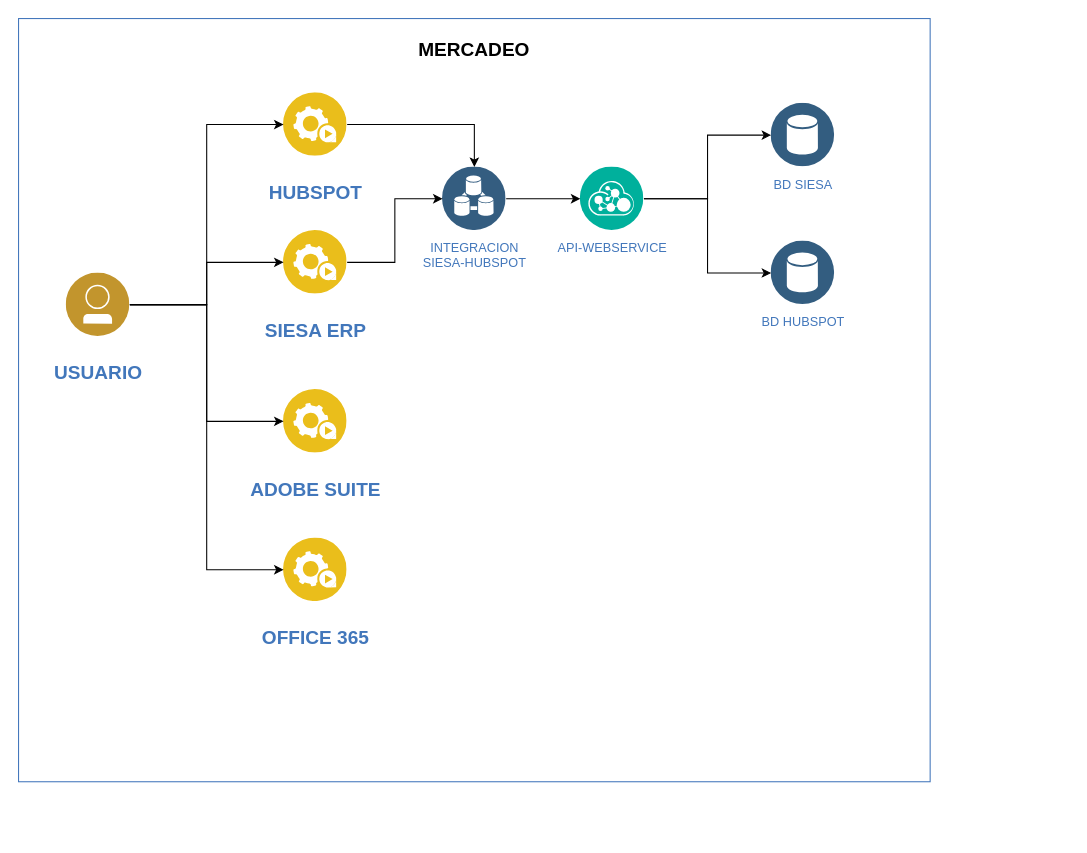
Above: DiagramaMercadeo.drawio in MJRV91/Diagramas (draw.io), before the change. Source tidied: cells renumbered, new cells numbered last; positions are measured from the earlier drawing's top-left corner, leaving out a move shared by most shapes. Both pictures are drawn from the tidied source at 106%, with x=0, y=0 at pixel (18, 18).
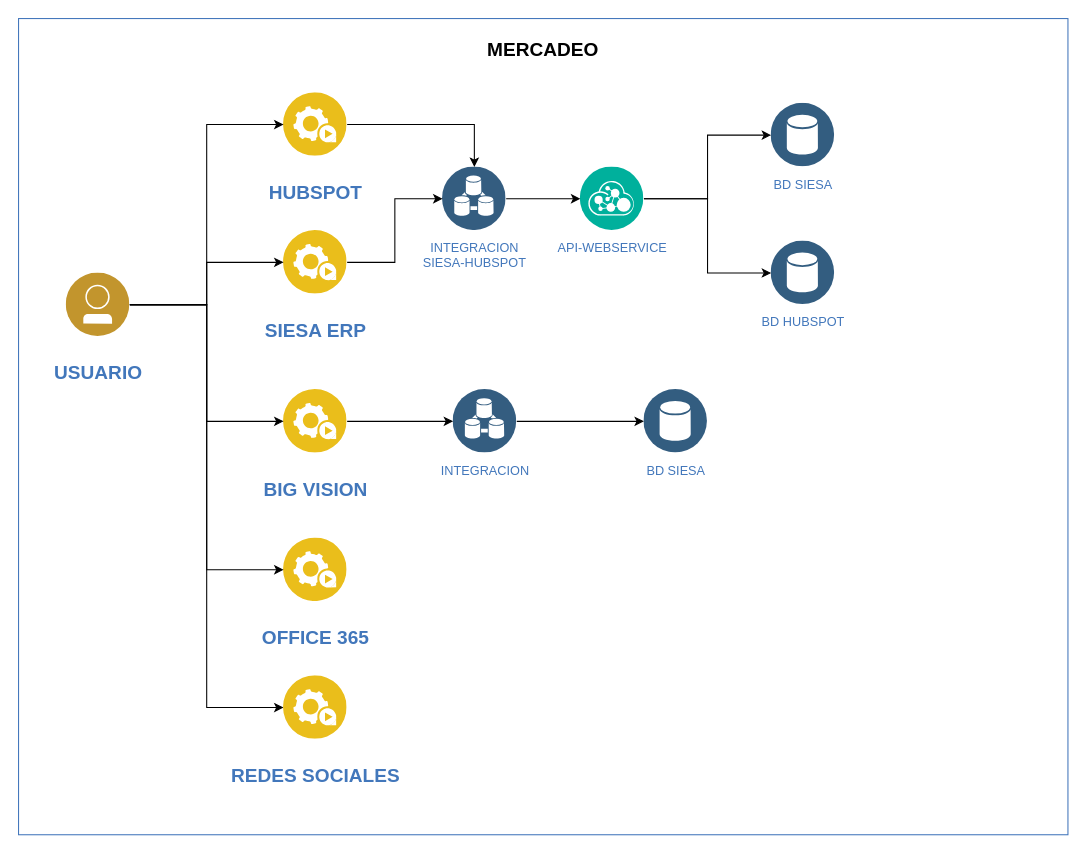
Above is the later version.

Unchanged cells that the change refers to:
```xml
<mxCell id="14" value="&lt;h2&gt;USUARIO&lt;/h2&gt;" style="image;perimeter=ellipsePerimeter;html=1;align=center;shadow=0;dashed=0;fontColor=#4277BB;labelBackgroundColor=default;fontSize=12;spacingTop=3;image=img/lib/ibm/users/user.svg;" parent="2" vertex="1">
  <mxGeometry x="45" y="240" width="60" height="60" as="geometry" />
</mxCell>
```

The edit, as a diff of the source:
```diff
@@
     <mxCell id="2" value="&lt;h2&gt;MERCADEO&lt;/h2&gt;" style="fontStyle=0;verticalAlign=top;align=center;spacingTop=-2;fillColor=none;rounded=0;whiteSpace=wrap;html=1;strokeColor=#4376BB;strokeWidth=1;dashed=0;" parent="1" vertex="1">
-      <mxGeometry width="860" height="720" as="geometry" />
+      <mxGeometry width="990" height="770" as="geometry" />
     </mxCell>
@@
+    <mxCell id="21" style="edgeStyle=orthogonalEdgeStyle;rounded=0;jettySize=auto;html=1;entryX=0;entryY=0.5;entryDx=0;entryDy=0;" parent="2" edge="1" source="14" target="23">
+      <mxGeometry relative="1" as="geometry" />
+    </mxCell>
@@
+    <mxCell id="22" style="edgeStyle=orthogonalEdgeStyle;rounded=0;jettySize=auto;html=1;" parent="2" edge="1" source="15" target="25">
+      <mxGeometry relative="1" as="geometry" />
+    </mxCell>
-    <mxCell id="15" value="&lt;h2&gt;ADOBE SUITE&lt;/h2&gt;" style="image;perimeter=ellipsePerimeter;html=1;align=center;shadow=0;dashed=0;fontColor=#4277BB;labelBackgroundColor=default;fontSize=12;spacingTop=3;image=img/lib/ibm/applications/automation_tools.svg;" parent="2" vertex="1">
+    <mxCell id="15" value="&lt;h2&gt;BIG VISION&lt;/h2&gt;" style="image;perimeter=ellipsePerimeter;html=1;align=center;shadow=0;dashed=0;fontColor=#4277BB;labelBackgroundColor=default;fontSize=12;spacingTop=3;image=img/lib/ibm/applications/automation_tools.svg;" parent="2" vertex="1">
       <mxGeometry x="250" y="350" width="60" height="60" as="geometry" />
     </mxCell>
@@
+    <mxCell id="23" value="&lt;h2&gt;REDES SOCIALES&lt;/h2&gt;" style="image;perimeter=ellipsePerimeter;html=1;align=center;shadow=0;dashed=0;fontColor=#4277BB;labelBackgroundColor=default;fontSize=12;spacingTop=3;image=img/lib/ibm/applications/automation_tools.svg;" parent="2" vertex="1">
+      <mxGeometry x="250" y="620" width="60" height="60" as="geometry" />
+    </mxCell>
+    <mxCell id="24" style="edgeStyle=orthogonalEdgeStyle;rounded=0;jettySize=auto;html=1;" parent="2" edge="1" source="25" target="26">
+      <mxGeometry relative="1" as="geometry" />
+    </mxCell>
+    <mxCell id="25" value="INTEGRACION" style="perimeter=ellipsePerimeter;html=1;align=center;shadow=0;dashed=0;image;image=img/lib/ibm/data/device_registry.svg;strokeColor=#FF0000;fillColor=#FFFF66;gradientColor=none;fontColor=#4277BB;labelBackgroundColor=#ffffff;spacingTop=3;" parent="2" vertex="1">
+      <mxGeometry x="410" y="350" width="60" height="60" as="geometry" />
+    </mxCell>
+    <mxCell id="26" value="BD SIESA" style="perimeter=ellipsePerimeter;html=1;align=center;shadow=0;dashed=0;image;image=img/lib/ibm/data/data_services.svg;strokeColor=#FF0000;fillColor=#FFFF66;gradientColor=none;fontColor=#4277BB;labelBackgroundColor=#ffffff;spacingTop=3;" parent="2" vertex="1">
+      <mxGeometry x="590" y="350" width="60" height="60" as="geometry" />
+    </mxCell>
```
